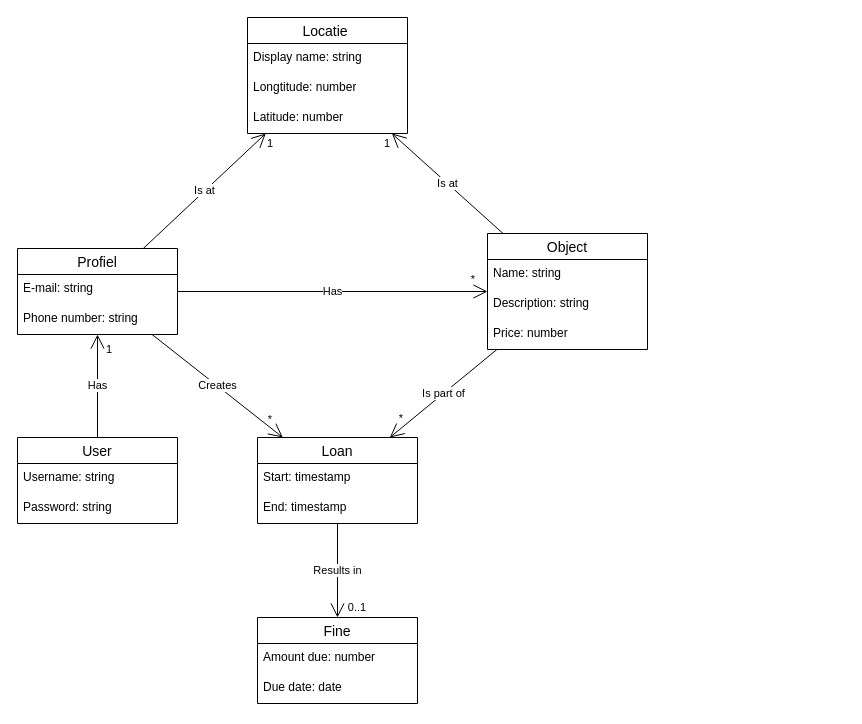
Above: page "Domeinmodel" (2 of 3) of analysis/Modellen.drawio in UCLL-Full-stack/project2425-group1-16 (draw.io), before the change. Source tidied: cells renumbered, new cells numbered last; positions are measured from the earlier drawing's top-left corner, leaving out a move shared by most shapes. Both pictures are drawn from the tidied source at 100%, with x=0, y=0 at pixel (17, 17).
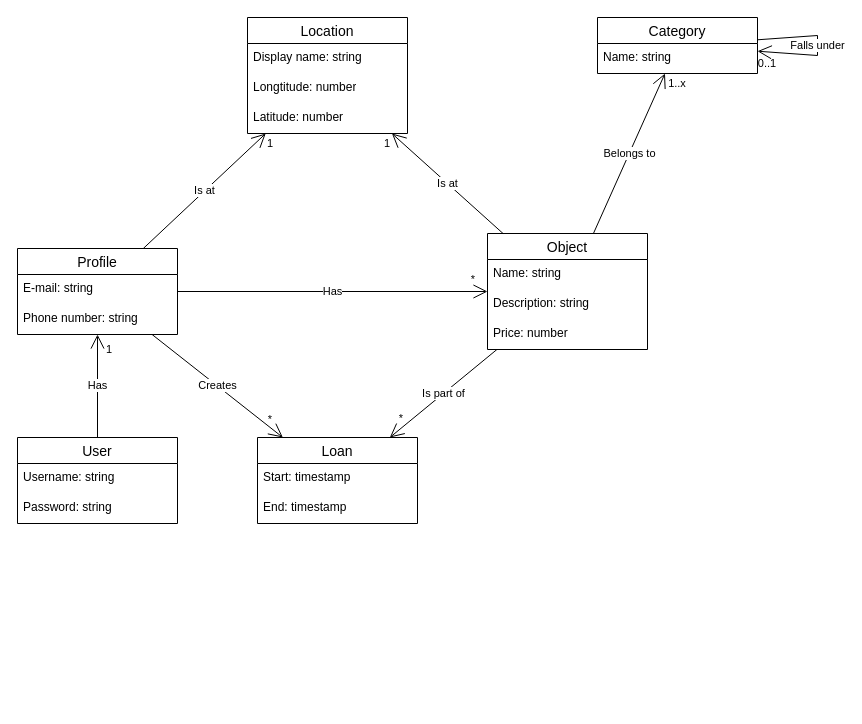
The same page after the edit.

The change refers to these unchanged cells:
```xml
<mxCell id="8" value="Object" style="swimlane;fontStyle=0;horizontal=1;startSize=26;align=center;fontSize=14;" parent="1" vertex="1">
  <mxGeometry x="470" y="216" width="160" height="116" as="geometry" />
</mxCell>
<mxCell id="21" value="Loan" style="swimlane;fontStyle=0;horizontal=1;startSize=26;align=center;fontSize=14;" parent="1" vertex="1">
  <mxGeometry x="240" y="420" width="160" height="86" as="geometry" />
</mxCell>
```

The edit, as a diff of the source:
```diff
@@
-    <mxCell id="5" value="Profiel" style="swimlane;fontStyle=0;horizontal=1;startSize=26;align=center;fontSize=14;" parent="1" vertex="1">
+    <mxCell id="5" value="Profile" style="swimlane;fontStyle=0;horizontal=1;startSize=26;align=center;fontSize=14;" parent="1" vertex="1">
       <mxGeometry y="231" width="160" height="86" as="geometry" />
     </mxCell>
@@
-    <mxCell id="12" value="Fine" style="swimlane;fontStyle=0;horizontal=1;startSize=26;align=center;fontSize=14;" parent="1" vertex="1">
-      <mxGeometry x="240" y="600" width="160" height="86" as="geometry" />
-    </mxCell>
-    <mxCell id="13" value="Amount due: number" style="text;strokeColor=none;fillColor=none;spacingLeft=4;spacingRight=4;overflow=hidden;fontSize=12;whiteSpace=wrap;html=1;" parent="12" vertex="1">
-      <mxGeometry y="26" width="160" height="30" as="geometry" />
-    </mxCell>
-    <mxCell id="14" value="Due date: date" style="text;strokeColor=none;fillColor=none;spacingLeft=4;spacingRight=4;overflow=hidden;fontSize=12;whiteSpace=wrap;html=1;" parent="12" vertex="1">
-      <mxGeometry y="56" width="160" height="30" as="geometry" />
-    </mxCell>
-    <mxCell id="15" value="Locatie " style="swimlane;fontStyle=0;horizontal=1;startSize=26;align=center;fontSize=14;" parent="1" vertex="1">
+    <mxCell id="15" value="Location" style="swimlane;fontStyle=0;horizontal=1;startSize=26;align=center;fontSize=14;" parent="1" vertex="1">
       <mxGeometry x="230" width="160" height="116" as="geometry" />
     </mxCell>
@@
-    <mxCell id="24" value="Results in" style="endArrow=open;endSize=12;html=1;rounded=0;" parent="1" edge="1" source="21" target="12">
-      <mxGeometry relative="1" as="geometry" />
-    </mxCell>
@@
+    <mxCell id="36" value="Category" style="swimlane;fontStyle=0;horizontal=1;startSize=26;align=center;fontSize=14;" parent="1" vertex="1">
+      <mxGeometry x="580" width="160" height="56" as="geometry" />
+    </mxCell>
+    <mxCell id="37" value="Name: string" style="text;strokeColor=none;fillColor=none;spacingLeft=4;spacingRight=4;overflow=hidden;fontSize=12;whiteSpace=wrap;html=1;" parent="36" vertex="1">
+      <mxGeometry y="26" width="160" height="30" as="geometry" />
+    </mxCell>
+    <mxCell id="38" value="Belongs to" style="endArrow=open;endSize=12;html=1;rounded=0;" parent="1" edge="1" source="8" target="36">
+      <mxGeometry relative="1" as="geometry" />
+    </mxCell>
+    <mxCell id="39" value="&lt;font style=&quot;font-size: 11px;&quot;&gt;1..x&lt;/font&gt;" style="text;html=1;align=center;verticalAlign=middle;whiteSpace=wrap;rounded=0;" parent="1" vertex="1">
+      <mxGeometry x="650" y="56" width="20" height="20" as="geometry" />
+    </mxCell>
+    <mxCell id="40" value="Falls under" style="endArrow=open;endSize=12;html=1;rounded=0;" parent="1" edge="1" source="36" target="36">
+      <mxGeometry relative="1" as="geometry">
+        <Array as="points">
+          <mxPoint x="800" y="29" />
+        </Array>
+      </mxGeometry>
+    </mxCell>
     <mxCell id="35" value="&lt;font style=&quot;font-size: 11px;&quot;&gt;0..1&lt;/font&gt;" style="text;html=1;align=center;verticalAlign=middle;whiteSpace=wrap;rounded=0;" parent="1" vertex="1">
-      <mxGeometry x="330" y="580" width="20" height="20" as="geometry" />
+      <mxGeometry x="740" y="36" width="20" height="20" as="geometry" />
     </mxCell>
```
